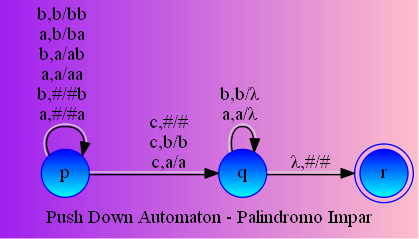
The Graphviz diagram Palindromo Impar.gv.png in camilolaiton/Graphic-Pushdown-Automaton, before a commit. Its source is kept beside it as Palindromo Impar.gv. The source it was exported from:
```dot
digraph pushDownAutomaton {
	bgcolor="purple:pink"
	node [color="blue:cyan" gradientangle=270 shape=circle style=filled]
	node [color="blue:cyan" gradientangle=270 shape=doublecircle style=filled]
	label="Push Down Automaton - Palindromo Impar"
	edge [color="black:lightgray" gradientangle=270 style=filled]
	rankdir=LR size=20
	node [shape=doublecircle]
	r
	node [shape=circle]
	p -> p [label="b,b/bb
a,b/ba
b,a/ab
a,a/aa
b,#/#b
a,#/#a
"]
	p -> q [label="c,#/#
c,b/b
c,a/a
"]
	q -> q [label="b,b/λ
a,a/λ
"]
	q -> r [label="λ,#/#"]
}
```
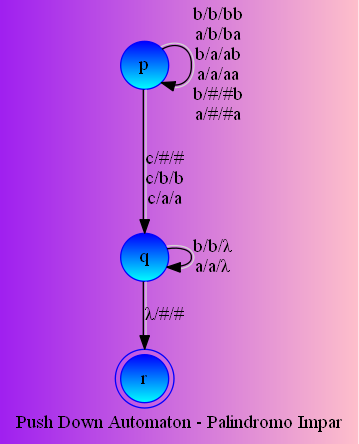
Above is the later version.

Change to the diagram source:
```diff
@@ -4,23 +4,24 @@
 	node [color="blue:cyan" gradientangle=270 shape=doublecircle style=filled]
 	label="Push Down Automaton - Palindromo Impar"
 	edge [color="black:lightgray" gradientangle=270 style=filled]
-	rankdir=LR size=20
+	rankdir=UD size=20
 	node [shape=doublecircle]
 	r
 	node [shape=circle]
-	p -> p [label="b,b/bb
-a,b/ba
-b,a/ab
-a,a/aa
-b,#/#b
-a,#/#a
+	p -> p [label="b/b/bb
+a/b/ba
+b/a/ab
+a/a/aa
+b/#/#b
+a/#/#a
 "]
-	p -> q [label="c,#/#
-c,b/b
-c,a/a
+	p -> q [label="c/#/#
+c/b/b
+c/a/a
 "]
-	q -> q [label="b,b/λ
-a,a/λ
+	q -> q [label="b/b/λ
+a/a/λ
 "]
-	q -> r [label="λ,#/#"]
+	q -> r [label="λ/#/#
+"]
 }
```
